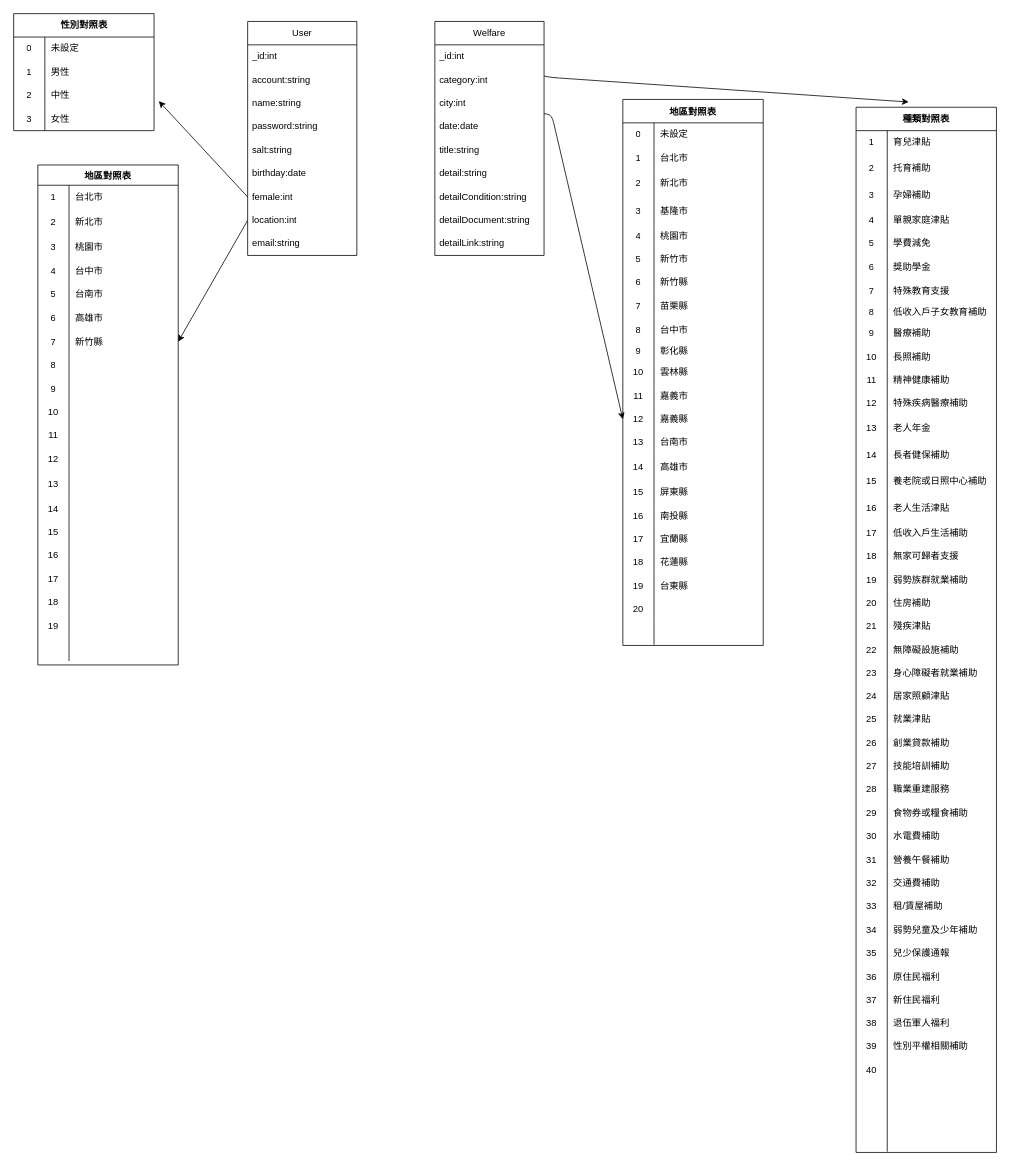
This is ER.drawio from MonkeyKao/welfare, a draw.io file, before an edit. Source tidied: cells renumbered, new cells numbered last; positions are measured from the earlier drawing's top-left corner, leaving out a move shared by most shapes. Both pictures are drawn from the tidied source at 78%, with x=0, y=0 at pixel (13, 13).
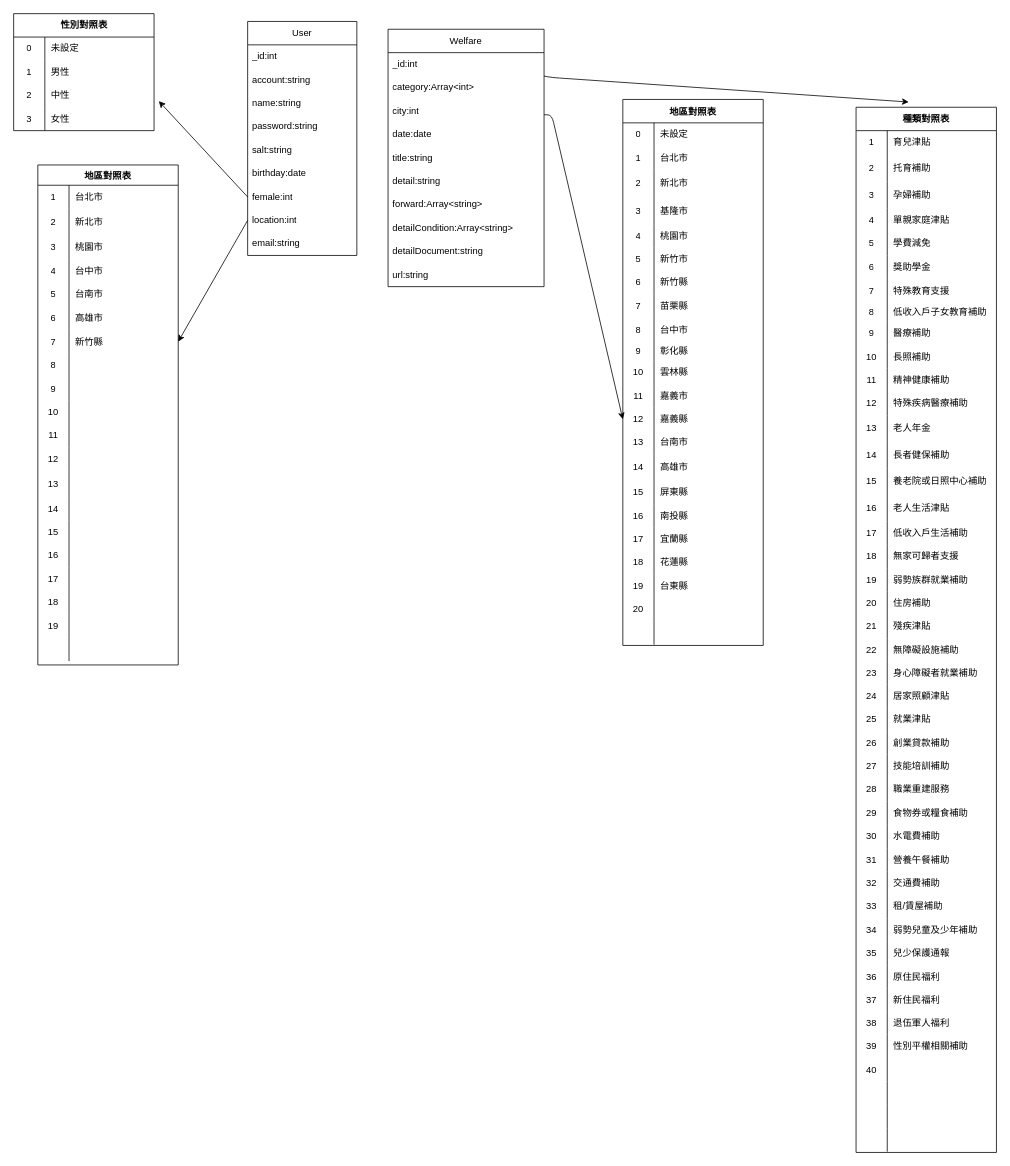
Above is the later version.

What changed in the source:
```diff
@@
     <mxCell id="12" value="Welfare" style="swimlane;fontStyle=0;horizontal=1;startSize=30;whiteSpace=wrap;html=1;" parent="1" vertex="1">
-      <mxGeometry x="540" y="10" width="140" height="300" as="geometry" />
+      <mxGeometry x="480" y="20" width="200" height="330" as="geometry" />
     </mxCell>
     <mxCell id="13" value="_id:int" style="text;strokeColor=none;fillColor=none;align=left;verticalAlign=middle;spacingLeft=4;spacingRight=4;overflow=hidden;whiteSpace=wrap;html=1;" parent="12" vertex="1">
-      <mxGeometry y="30" width="140" height="30" as="geometry" />
+      <mxGeometry y="30" width="200" height="30" as="geometry" />
     </mxCell>
-    <mxCell id="14" value="category:int" style="text;strokeColor=none;fillColor=none;align=left;verticalAlign=middle;spacingLeft=4;spacingRight=4;overflow=hidden;whiteSpace=wrap;html=1;" parent="12" vertex="1">
-      <mxGeometry y="60" width="140" height="30" as="geometry" />
+    <mxCell id="14" value="category:Array&amp;lt;int&amp;gt;" style="text;strokeColor=none;fillColor=none;align=left;verticalAlign=middle;spacingLeft=4;spacingRight=4;overflow=hidden;whiteSpace=wrap;html=1;" parent="12" vertex="1">
+      <mxGeometry y="60" width="200" height="30" as="geometry" />
     </mxCell>
     <mxCell id="15" value="city:int" style="text;strokeColor=none;fillColor=none;align=left;verticalAlign=middle;spacingLeft=4;spacingRight=4;overflow=hidden;points=[[0,0.5],[1,0.5]];portConstraint=eastwest;whiteSpace=wrap;html=1;" parent="12" vertex="1">
-      <mxGeometry y="90" width="140" height="30" as="geometry" />
+      <mxGeometry y="90" width="200" height="30" as="geometry" />
     </mxCell>
     <mxCell id="16" value="date:date" style="text;strokeColor=none;fillColor=none;align=left;verticalAlign=middle;spacingLeft=4;spacingRight=4;overflow=hidden;whiteSpace=wrap;html=1;" parent="12" vertex="1">
-      <mxGeometry y="120" width="140" height="30" as="geometry" />
+      <mxGeometry y="120" width="200" height="30" as="geometry" />
     </mxCell>
     <mxCell id="17" value="title:string" style="text;strokeColor=none;fillColor=none;align=left;verticalAlign=middle;spacingLeft=4;spacingRight=4;overflow=hidden;whiteSpace=wrap;html=1;" parent="12" vertex="1">
-      <mxGeometry y="150" width="140" height="30" as="geometry" />
+      <mxGeometry y="150" width="200" height="30" as="geometry" />
     </mxCell>
     <mxCell id="18" value="detail:string" style="text;strokeColor=none;fillColor=none;align=left;verticalAlign=middle;spacingLeft=4;spacingRight=4;overflow=hidden;whiteSpace=wrap;html=1;" parent="12" vertex="1">
-      <mxGeometry y="180" width="140" height="30" as="geometry" />
+      <mxGeometry y="180" width="200" height="30" as="geometry" />
     </mxCell>
+    <mxCell id="297" value="forward:Array&amp;lt;string&amp;gt;" style="text;strokeColor=none;fillColor=none;align=left;verticalAlign=middle;spacingLeft=4;spacingRight=4;overflow=hidden;whiteSpace=wrap;html=1;" parent="12" vertex="1">
+      <mxGeometry y="210" width="200" height="30" as="geometry" />
+    </mxCell>
-    <mxCell id="19" value="detailCondition:string" style="text;strokeColor=none;fillColor=none;align=left;verticalAlign=middle;spacingLeft=4;spacingRight=4;overflow=hidden;whiteSpace=wrap;html=1;" parent="12" vertex="1">
-      <mxGeometry y="210" width="140" height="30" as="geometry" />
+    <mxCell id="19" value="detailCondition:Array&amp;lt;string&amp;gt;" style="text;strokeColor=none;fillColor=none;align=left;verticalAlign=middle;spacingLeft=4;spacingRight=4;overflow=hidden;whiteSpace=wrap;html=1;" parent="12" vertex="1">
+      <mxGeometry y="240" width="200" height="30" as="geometry" />
     </mxCell>
     <mxCell id="20" value="detailDocument:string" style="text;strokeColor=none;fillColor=none;align=left;verticalAlign=middle;spacingLeft=4;spacingRight=4;overflow=hidden;whiteSpace=wrap;html=1;" parent="12" vertex="1">
-      <mxGeometry y="240" width="140" height="30" as="geometry" />
+      <mxGeometry y="270" width="200" height="30" as="geometry" />
     </mxCell>
-    <mxCell id="21" value="detailLink:string" style="text;strokeColor=none;fillColor=none;align=left;verticalAlign=middle;spacingLeft=4;spacingRight=4;overflow=hidden;whiteSpace=wrap;html=1;" parent="12" vertex="1">
-      <mxGeometry y="270" width="140" height="30" as="geometry" />
+    <mxCell id="21" value="url:string" style="text;strokeColor=none;fillColor=none;align=left;verticalAlign=middle;spacingLeft=4;spacingRight=4;overflow=hidden;whiteSpace=wrap;html=1;" parent="12" vertex="1">
+      <mxGeometry y="300" width="200" height="30" as="geometry" />
     </mxCell>
```
